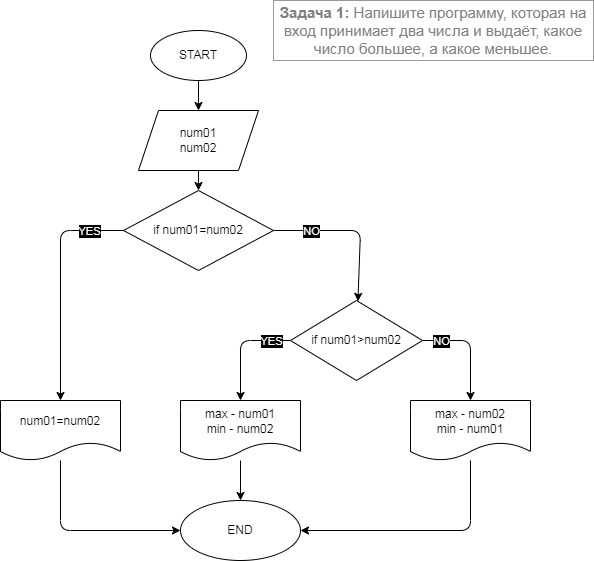
Earlier version of the draw.io export sem01/HW_11/hw01.drawio.png (NikolayBar/GB_C-_course). Source tidied: cells renumbered, new cells last; positions are measured from the earlier drawing's top-left corner, leaving out a move shared by most shapes.
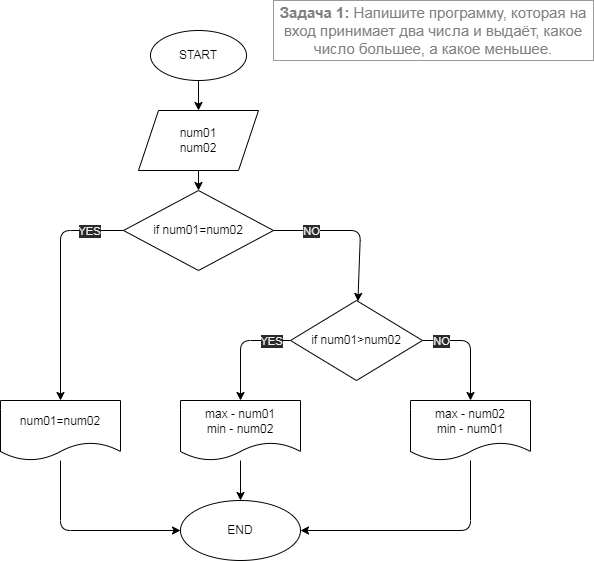
Above is the later version.

Commit message:
2редакция цвета

What changed in the source:
```diff
@@ -24,7 +24,7 @@
         </Array>
       </mxGeometry>
     </mxCell>
-    <mxCell id="8" value="YES" style="edgeLabel;html=1;align=center;verticalAlign=middle;fontColor=#FFFFFF;labelBackgroundColor=#000000;" parent="7" vertex="1">
+    <mxCell id="8" value="YES" style="edgeLabel;html=1;align=center;verticalAlign=middle;fontColor=#F0F0F0;labelBackgroundColor=#2A2A2A;" parent="7" vertex="1">
       <mxGeometry x="-0.42" y="1" relative="1" as="geometry">
         <mxPoint x="12" y="-1" as="offset" />
       </mxGeometry>
@@ -36,7 +36,7 @@
         </Array>
       </mxGeometry>
     </mxCell>
-    <mxCell id="10" value="NO" style="edgeLabel;html=1;align=center;verticalAlign=middle;fontColor=#FFFFFF;labelBackgroundColor=#000000;" parent="9" vertex="1">
+    <mxCell id="10" value="NO" style="edgeLabel;html=1;align=center;verticalAlign=middle;fontColor=#F0F0F0;labelBackgroundColor=#2A2A2A;" parent="9" vertex="1">
       <mxGeometry x="-0.4" relative="1" as="geometry">
         <mxPoint x="-15" as="offset" />
       </mxGeometry>
@@ -67,7 +67,7 @@
         </Array>
       </mxGeometry>
     </mxCell>
-    <mxCell id="17" value="NO" style="edgeLabel;html=1;align=center;verticalAlign=middle;fontColor=#FFFFFF;labelBackgroundColor=#000000;" parent="16" vertex="1">
+    <mxCell id="17" value="NO" style="edgeLabel;html=1;align=center;verticalAlign=middle;fontColor=#F0F0F0;labelBackgroundColor=#2A2A2A;" parent="16" vertex="1">
       <mxGeometry x="-0.72" y="-1" relative="1" as="geometry">
         <mxPoint x="15" y="-1" as="offset" />
       </mxGeometry>
@@ -79,7 +79,7 @@
         </Array>
       </mxGeometry>
     </mxCell>
-    <mxCell id="19" value="YES" style="edgeLabel;html=1;align=center;verticalAlign=middle;fontColor=#FFFFFF;labelBackgroundColor=#000000;" parent="18" vertex="1">
+    <mxCell id="19" value="YES" style="edgeLabel;html=1;align=center;verticalAlign=middle;fontColor=#F0F0F0;labelBackgroundColor=#2A2A2A;" parent="18" vertex="1">
       <mxGeometry x="-0.7" relative="1" as="geometry" />
     </mxCell>
     <mxCell id="20" value="if num01=num02" style="rhombus;whiteSpace=wrap;html=1;labelBackgroundColor=default;" parent="1" vertex="1">
```
